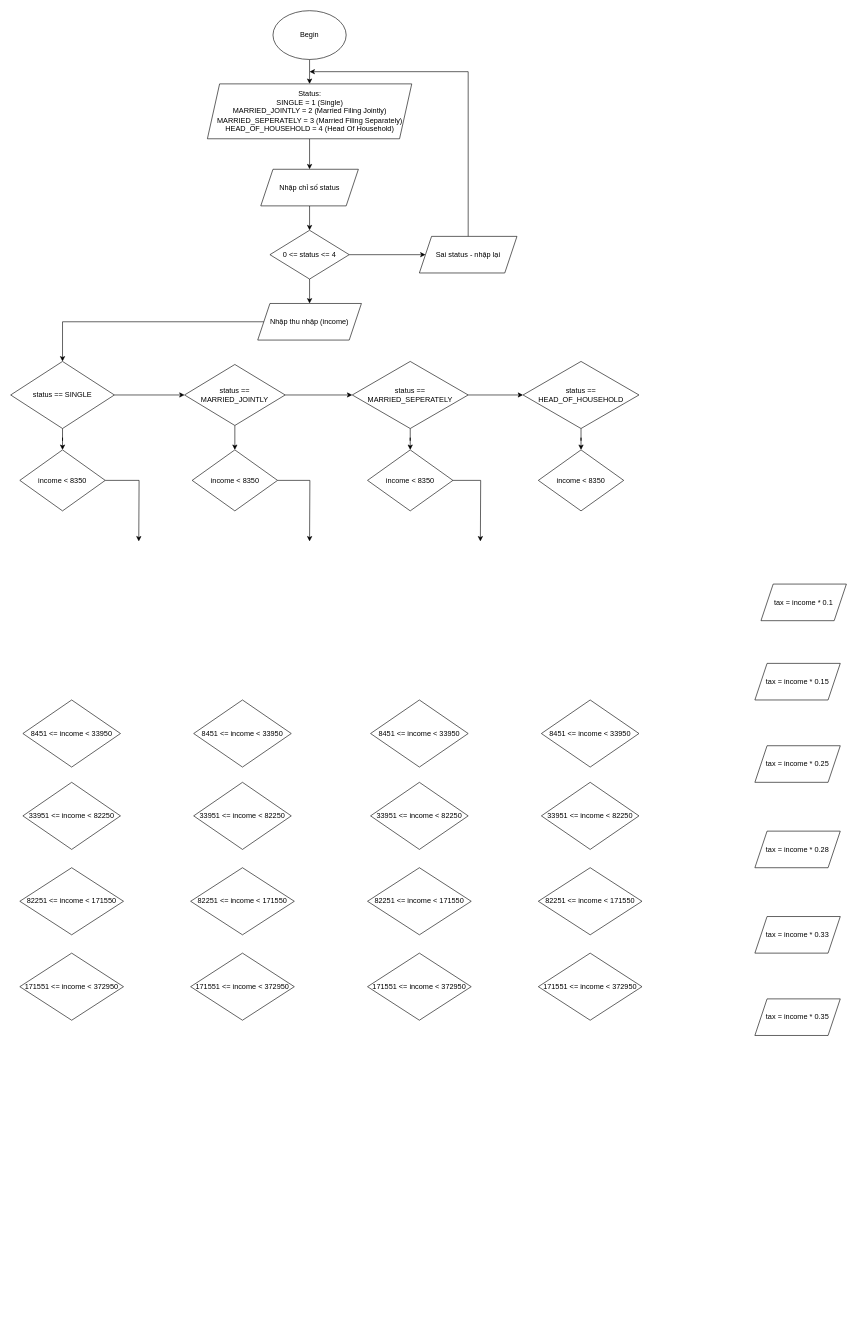
This is ComputeTax.drawio from lcnguyn23/demo, a draw.io file, before an edit. Source tidied: cells renumbered, new cells numbered last; positions are measured from the earlier drawing's top-left corner, leaving out a move shared by most shapes. Both pictures are drawn from the tidied source at 61%, with x=0, y=0 at pixel (10, 10).
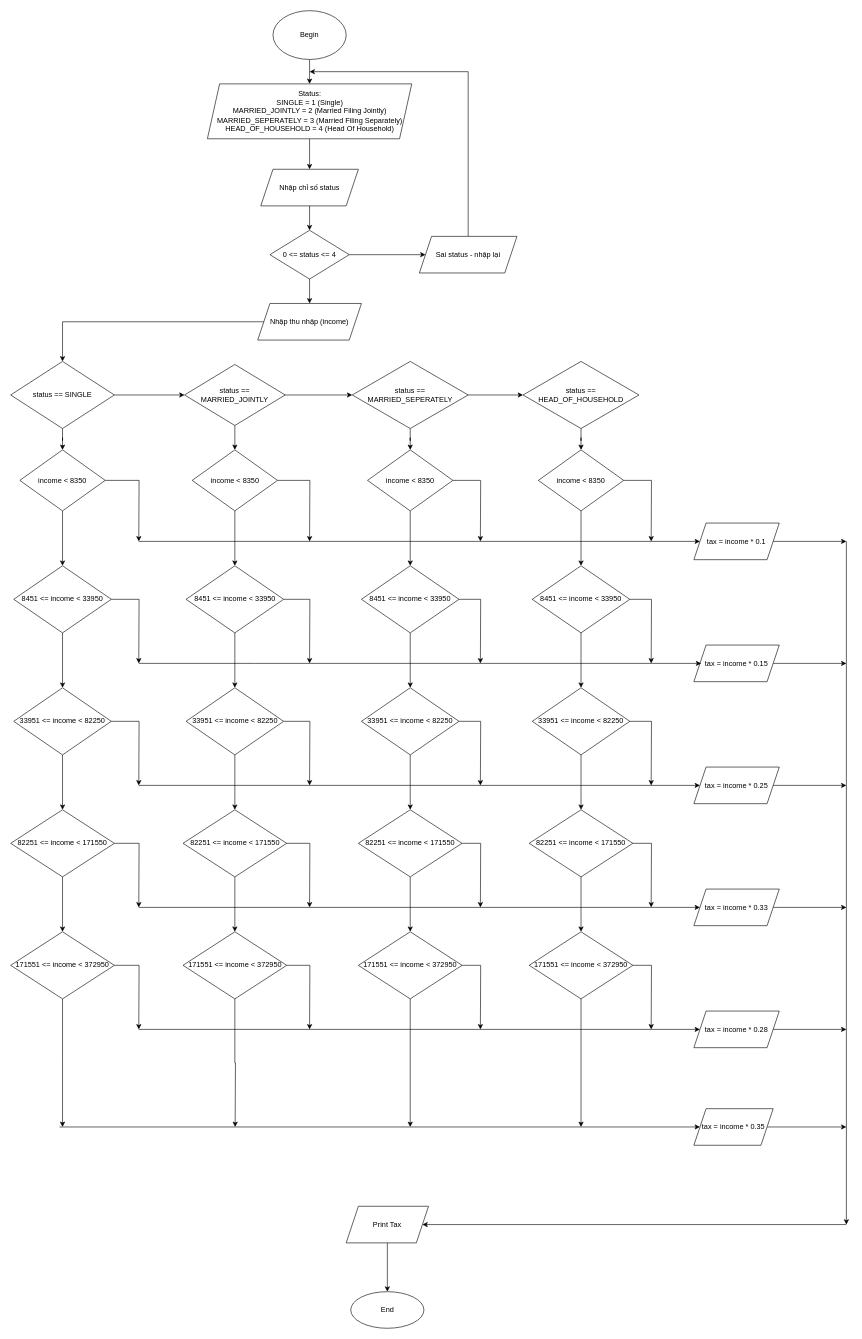
The same diagram, later.

The change refers to these unchanged cells:
```xml
<mxCell id="19" value="income &amp;lt; 8350" style="rhombus;whiteSpace=wrap;html=1;" parent="1" vertex="1">
  <mxGeometry x="15" y="720" width="140" height="100" as="geometry" />
</mxCell>
<mxCell id="34" value="income &amp;lt; 8350" style="rhombus;whiteSpace=wrap;html=1;" parent="1" vertex="1">
  <mxGeometry x="585" y="720" width="140" height="100" as="geometry" />
</mxCell>
<mxCell id="41" value="income &amp;lt; 8350" style="rhombus;whiteSpace=wrap;html=1;" parent="1" vertex="1">
  <mxGeometry x="865" y="720" width="140" height="100" as="geometry" />
</mxCell>
<mxCell id="50" value="income &amp;lt; 8350" style="rhombus;whiteSpace=wrap;html=1;" parent="1" vertex="1">
  <mxGeometry x="297.5" y="720" width="140" height="100" as="geometry" />
</mxCell>
```

The edit, as a diff of the source:
```diff
@@
+    <mxCell id="55" style="edgeStyle=orthogonalEdgeStyle;rounded=0;jettySize=auto;html=1;entryX=0.5;entryY=0;entryDx=0;entryDy=0;" parent="1" edge="1" source="19" target="21">
+      <mxGeometry relative="1" as="geometry" />
+    </mxCell>
@@
+    <mxCell id="56" style="edgeStyle=orthogonalEdgeStyle;rounded=0;jettySize=auto;html=1;" parent="1" edge="1" source="20">
+      <mxGeometry relative="1" as="geometry">
+        <mxPoint x="1370" y="870" as="targetPoint" />
+      </mxGeometry>
+    </mxCell>
     <mxCell id="20" value="tax = income * 0.1" style="shape=parallelogram;perimeter=parallelogramPerimeter;whiteSpace=wrap;html=1;fixedSize=1;" parent="1" vertex="1">
-      <mxGeometry x="1230" y="940" width="140" height="60" as="geometry" />
+      <mxGeometry x="1120" y="840" width="140" height="60" as="geometry" />
     </mxCell>
+    <mxCell id="57" style="edgeStyle=orthogonalEdgeStyle;rounded=0;jettySize=auto;html=1;" parent="1" edge="1" source="21">
+      <mxGeometry relative="1" as="geometry">
+        <mxPoint x="210" y="1070" as="targetPoint" />
+      </mxGeometry>
+    </mxCell>
+    <mxCell id="58" style="edgeStyle=orthogonalEdgeStyle;rounded=0;jettySize=auto;html=1;" parent="1" edge="1" source="21" target="23">
+      <mxGeometry relative="1" as="geometry" />
+    </mxCell>
     <mxCell id="21" value="8451 &amp;lt;= income &amp;lt; 33950" style="rhombus;whiteSpace=wrap;html=1;" parent="1" vertex="1">
-      <mxGeometry x="20" y="1130" width="160" height="110" as="geometry" />
+      <mxGeometry x="5" y="910" width="160" height="110" as="geometry" />
     </mxCell>
+    <mxCell id="59" style="edgeStyle=orthogonalEdgeStyle;rounded=0;jettySize=auto;html=1;" parent="1" edge="1" source="22">
+      <mxGeometry relative="1" as="geometry">
+        <mxPoint x="1370" y="1070" as="targetPoint" />
+      </mxGeometry>
+    </mxCell>
     <mxCell id="22" value="tax = income * 0.15" style="shape=parallelogram;perimeter=parallelogramPerimeter;whiteSpace=wrap;html=1;fixedSize=1;" parent="1" vertex="1">
-      <mxGeometry x="1220" y="1070" width="140" height="60" as="geometry" />
+      <mxGeometry x="1120" y="1040" width="140" height="60" as="geometry" />
     </mxCell>
+    <mxCell id="60" style="edgeStyle=orthogonalEdgeStyle;rounded=0;jettySize=auto;html=1;" parent="1" edge="1" source="23">
+      <mxGeometry relative="1" as="geometry">
+        <mxPoint x="210" y="1270" as="targetPoint" />
+      </mxGeometry>
+    </mxCell>
+    <mxCell id="61" style="edgeStyle=orthogonalEdgeStyle;rounded=0;jettySize=auto;html=1;entryX=0.5;entryY=0;entryDx=0;entryDy=0;" parent="1" edge="1" source="23" target="25">
+      <mxGeometry relative="1" as="geometry" />
+    </mxCell>
     <mxCell id="23" value="33951 &amp;lt;= income &amp;lt; 82250" style="rhombus;whiteSpace=wrap;html=1;" parent="1" vertex="1">
-      <mxGeometry x="20" y="1265" width="160" height="110" as="geometry" />
+      <mxGeometry x="5" y="1110" width="160" height="110" as="geometry" />
     </mxCell>
+    <mxCell id="62" style="edgeStyle=orthogonalEdgeStyle;rounded=0;jettySize=auto;html=1;" parent="1" edge="1" source="24">
+      <mxGeometry relative="1" as="geometry">
+        <mxPoint x="1370" y="1270" as="targetPoint" />
+      </mxGeometry>
+    </mxCell>
     <mxCell id="24" value="tax = income * 0.25" style="shape=parallelogram;perimeter=parallelogramPerimeter;whiteSpace=wrap;html=1;fixedSize=1;" parent="1" vertex="1">
-      <mxGeometry x="1220" y="1205" width="140" height="60" as="geometry" />
+      <mxGeometry x="1120" y="1240" width="140" height="60" as="geometry" />
     </mxCell>
+    <mxCell id="63" style="edgeStyle=orthogonalEdgeStyle;rounded=0;jettySize=auto;html=1;" parent="1" edge="1" source="25">
+      <mxGeometry relative="1" as="geometry">
+        <mxPoint x="210" y="1470" as="targetPoint" />
+      </mxGeometry>
+    </mxCell>
+    <mxCell id="64" style="edgeStyle=orthogonalEdgeStyle;rounded=0;jettySize=auto;html=1;entryX=0.5;entryY=0;entryDx=0;entryDy=0;" parent="1" edge="1" source="25" target="27">
+      <mxGeometry relative="1" as="geometry" />
+    </mxCell>
     <mxCell id="25" value="82251 &amp;lt;= income &amp;lt; 171550" style="rhombus;whiteSpace=wrap;html=1;" parent="1" vertex="1">
-      <mxGeometry x="15" y="1405" width="170" height="110" as="geometry" />
+      <mxGeometry y="1310" width="170" height="110" as="geometry" />
     </mxCell>
+    <mxCell id="65" style="edgeStyle=orthogonalEdgeStyle;rounded=0;jettySize=auto;html=1;" parent="1" edge="1" source="26">
+      <mxGeometry relative="1" as="geometry">
+        <mxPoint x="1370" y="1670" as="targetPoint" />
+      </mxGeometry>
+    </mxCell>
     <mxCell id="26" value="tax = income * 0.28" style="shape=parallelogram;perimeter=parallelogramPerimeter;whiteSpace=wrap;html=1;fixedSize=1;" parent="1" vertex="1">
-      <mxGeometry x="1220" y="1345" width="140" height="60" as="geometry" />
+      <mxGeometry x="1120" y="1640" width="140" height="60" as="geometry" />
     </mxCell>
+    <mxCell id="66" style="edgeStyle=orthogonalEdgeStyle;rounded=0;jettySize=auto;html=1;" parent="1" edge="1" source="27">
+      <mxGeometry relative="1" as="geometry">
+        <mxPoint x="210" y="1670" as="targetPoint" />
+      </mxGeometry>
+    </mxCell>
+    <mxCell id="67" style="edgeStyle=orthogonalEdgeStyle;rounded=0;jettySize=auto;html=1;" parent="1" edge="1" source="27">
+      <mxGeometry relative="1" as="geometry">
+        <mxPoint x="85" y="1830" as="targetPoint" />
+      </mxGeometry>
+    </mxCell>
     <mxCell id="27" value="171551 &amp;lt;= income &amp;lt; 372950" style="rhombus;whiteSpace=wrap;html=1;" parent="1" vertex="1">
-      <mxGeometry x="15" y="1545" width="170" height="110" as="geometry" />
+      <mxGeometry y="1510" width="170" height="110" as="geometry" />
     </mxCell>
+    <mxCell id="68" style="edgeStyle=orthogonalEdgeStyle;rounded=0;jettySize=auto;html=1;" parent="1" edge="1" source="28">
+      <mxGeometry relative="1" as="geometry">
+        <mxPoint x="1370" y="1470" as="targetPoint" />
+      </mxGeometry>
+    </mxCell>
     <mxCell id="28" value="tax = income * 0.33" style="shape=parallelogram;perimeter=parallelogramPerimeter;whiteSpace=wrap;html=1;fixedSize=1;" parent="1" vertex="1">
-      <mxGeometry x="1220" y="1485" width="140" height="60" as="geometry" />
+      <mxGeometry x="1120" y="1440" width="140" height="60" as="geometry" />
     </mxCell>
+    <mxCell id="69" style="edgeStyle=orthogonalEdgeStyle;rounded=0;jettySize=auto;html=1;" parent="1" edge="1" source="29">
+      <mxGeometry relative="1" as="geometry">
+        <mxPoint x="1370" y="1830" as="targetPoint" />
+      </mxGeometry>
+    </mxCell>
     <mxCell id="29" value="tax = income * 0.35" style="shape=parallelogram;perimeter=parallelogramPerimeter;whiteSpace=wrap;html=1;fixedSize=1;" parent="1" vertex="1">
-      <mxGeometry x="1220" y="1620" width="140" height="60" as="geometry" />
+      <mxGeometry x="1120" y="1800" width="130" height="60" as="geometry" />
     </mxCell>
@@
+    <mxCell id="70" style="edgeStyle=orthogonalEdgeStyle;rounded=0;jettySize=auto;html=1;entryX=0.5;entryY=0;entryDx=0;entryDy=0;" parent="1" edge="1" source="34" target="35">
+      <mxGeometry relative="1" as="geometry" />
+    </mxCell>
@@
+    <mxCell id="71" style="edgeStyle=orthogonalEdgeStyle;rounded=0;jettySize=auto;html=1;" parent="1" edge="1" source="35">
+      <mxGeometry relative="1" as="geometry">
+        <mxPoint x="770" y="1070" as="targetPoint" />
+      </mxGeometry>
+    </mxCell>
+    <mxCell id="72" style="edgeStyle=orthogonalEdgeStyle;rounded=0;jettySize=auto;html=1;entryX=0.5;entryY=0;entryDx=0;entryDy=0;" parent="1" edge="1" source="35" target="36">
+      <mxGeometry relative="1" as="geometry" />
+    </mxCell>
     <mxCell id="35" value="8451 &amp;lt;= income &amp;lt; 33950" style="rhombus;whiteSpace=wrap;html=1;" parent="1" vertex="1">
-      <mxGeometry x="590" y="1130" width="160" height="110" as="geometry" />
+      <mxGeometry x="575" y="910" width="160" height="110" as="geometry" />
     </mxCell>
+    <mxCell id="73" style="edgeStyle=orthogonalEdgeStyle;rounded=0;jettySize=auto;html=1;" parent="1" edge="1" source="36">
+      <mxGeometry relative="1" as="geometry">
+        <mxPoint x="770" y="1270" as="targetPoint" />
+      </mxGeometry>
+    </mxCell>
+    <mxCell id="74" style="edgeStyle=orthogonalEdgeStyle;rounded=0;jettySize=auto;html=1;entryX=0.5;entryY=0;entryDx=0;entryDy=0;" parent="1" edge="1" source="36" target="37">
+      <mxGeometry relative="1" as="geometry" />
+    </mxCell>
     <mxCell id="36" value="33951 &amp;lt;= income &amp;lt; 82250" style="rhombus;whiteSpace=wrap;html=1;" parent="1" vertex="1">
-      <mxGeometry x="590" y="1265" width="160" height="110" as="geometry" />
+      <mxGeometry x="575" y="1110" width="160" height="110" as="geometry" />
     </mxCell>
+    <mxCell id="75" style="edgeStyle=orthogonalEdgeStyle;rounded=0;jettySize=auto;html=1;" parent="1" edge="1" source="37">
+      <mxGeometry relative="1" as="geometry">
+        <mxPoint x="770" y="1470" as="targetPoint" />
+      </mxGeometry>
+    </mxCell>
+    <mxCell id="76" style="edgeStyle=orthogonalEdgeStyle;rounded=0;jettySize=auto;html=1;" parent="1" edge="1" source="37" target="38">
+      <mxGeometry relative="1" as="geometry" />
+    </mxCell>
     <mxCell id="37" value="82251 &amp;lt;= income &amp;lt; 171550" style="rhombus;whiteSpace=wrap;html=1;" parent="1" vertex="1">
-      <mxGeometry x="585" y="1405" width="170" height="110" as="geometry" />
+      <mxGeometry x="570" y="1310" width="170" height="110" as="geometry" />
     </mxCell>
+    <mxCell id="77" style="edgeStyle=orthogonalEdgeStyle;rounded=0;jettySize=auto;html=1;" parent="1" edge="1" source="38">
+      <mxGeometry relative="1" as="geometry">
+        <mxPoint x="770" y="1670" as="targetPoint" />
+      </mxGeometry>
+    </mxCell>
+    <mxCell id="78" style="edgeStyle=orthogonalEdgeStyle;rounded=0;jettySize=auto;html=1;" parent="1" edge="1" source="38">
+      <mxGeometry relative="1" as="geometry">
+        <mxPoint x="655" y="1830" as="targetPoint" />
+      </mxGeometry>
+    </mxCell>
     <mxCell id="38" value="171551 &amp;lt;= income &amp;lt; 372950" style="rhombus;whiteSpace=wrap;html=1;" parent="1" vertex="1">
-      <mxGeometry x="585" y="1545" width="170" height="110" as="geometry" />
+      <mxGeometry x="570" y="1510" width="170" height="110" as="geometry" />
     </mxCell>
@@
+    <mxCell id="79" style="edgeStyle=orthogonalEdgeStyle;rounded=0;jettySize=auto;html=1;" parent="1" edge="1" source="41">
+      <mxGeometry relative="1" as="geometry">
+        <mxPoint x="1050" y="870" as="targetPoint" />
+      </mxGeometry>
+    </mxCell>
+    <mxCell id="80" style="edgeStyle=orthogonalEdgeStyle;rounded=0;jettySize=auto;html=1;entryX=0.5;entryY=0;entryDx=0;entryDy=0;" parent="1" edge="1" source="41" target="42">
+      <mxGeometry relative="1" as="geometry" />
+    </mxCell>
@@
+    <mxCell id="81" style="edgeStyle=orthogonalEdgeStyle;rounded=0;jettySize=auto;html=1;" parent="1" edge="1" source="42">
+      <mxGeometry relative="1" as="geometry">
+        <mxPoint x="1050" y="1070" as="targetPoint" />
+      </mxGeometry>
+    </mxCell>
+    <mxCell id="82" style="edgeStyle=orthogonalEdgeStyle;rounded=0;jettySize=auto;html=1;entryX=0.5;entryY=0;entryDx=0;entryDy=0;" parent="1" edge="1" source="42" target="43">
+      <mxGeometry relative="1" as="geometry" />
+    </mxCell>
     <mxCell id="42" value="8451 &amp;lt;= income &amp;lt; 33950" style="rhombus;whiteSpace=wrap;html=1;" parent="1" vertex="1">
-      <mxGeometry x="870" y="1130" width="160" height="110" as="geometry" />
+      <mxGeometry x="855" y="910" width="160" height="110" as="geometry" />
     </mxCell>
+    <mxCell id="83" style="edgeStyle=orthogonalEdgeStyle;rounded=0;jettySize=auto;html=1;" parent="1" edge="1" source="43">
+      <mxGeometry relative="1" as="geometry">
+        <mxPoint x="1050" y="1270" as="targetPoint" />
+      </mxGeometry>
+    </mxCell>
+    <mxCell id="84" style="edgeStyle=orthogonalEdgeStyle;rounded=0;jettySize=auto;html=1;entryX=0.5;entryY=0;entryDx=0;entryDy=0;" parent="1" edge="1" source="43" target="44">
+      <mxGeometry relative="1" as="geometry" />
+    </mxCell>
     <mxCell id="43" value="33951 &amp;lt;= income &amp;lt; 82250" style="rhombus;whiteSpace=wrap;html=1;" parent="1" vertex="1">
-      <mxGeometry x="870" y="1265" width="160" height="110" as="geometry" />
+      <mxGeometry x="855" y="1110" width="160" height="110" as="geometry" />
     </mxCell>
+    <mxCell id="85" style="edgeStyle=orthogonalEdgeStyle;rounded=0;jettySize=auto;html=1;" parent="1" edge="1" source="44">
+      <mxGeometry relative="1" as="geometry">
+        <mxPoint x="1050" y="1470" as="targetPoint" />
+      </mxGeometry>
+    </mxCell>
+    <mxCell id="86" style="edgeStyle=orthogonalEdgeStyle;rounded=0;jettySize=auto;html=1;entryX=0.5;entryY=0;entryDx=0;entryDy=0;" parent="1" edge="1" source="44" target="45">
+      <mxGeometry relative="1" as="geometry" />
+    </mxCell>
     <mxCell id="44" value="82251 &amp;lt;= income &amp;lt; 171550" style="rhombus;whiteSpace=wrap;html=1;" parent="1" vertex="1">
-      <mxGeometry x="865" y="1405" width="170" height="110" as="geometry" />
+      <mxGeometry x="850" y="1310" width="170" height="110" as="geometry" />
     </mxCell>
+    <mxCell id="87" style="edgeStyle=orthogonalEdgeStyle;rounded=0;jettySize=auto;html=1;" parent="1" edge="1" source="45">
+      <mxGeometry relative="1" as="geometry">
+        <mxPoint x="1050" y="1670" as="targetPoint" />
+      </mxGeometry>
+    </mxCell>
+    <mxCell id="88" style="edgeStyle=orthogonalEdgeStyle;rounded=0;jettySize=auto;html=1;" parent="1" edge="1" source="45">
+      <mxGeometry relative="1" as="geometry">
+        <mxPoint x="935" y="1830" as="targetPoint" />
+      </mxGeometry>
+    </mxCell>
     <mxCell id="45" value="171551 &amp;lt;= income &amp;lt; 372950" style="rhombus;whiteSpace=wrap;html=1;" parent="1" vertex="1">
-      <mxGeometry x="865" y="1545" width="170" height="110" as="geometry" />
+      <mxGeometry x="850" y="1510" width="170" height="110" as="geometry" />
     </mxCell>
@@
+    <mxCell id="89" style="edgeStyle=orthogonalEdgeStyle;rounded=0;jettySize=auto;html=1;entryX=0.5;entryY=0;entryDx=0;entryDy=0;" parent="1" edge="1" source="50" target="51">
+      <mxGeometry relative="1" as="geometry" />
+    </mxCell>
@@
+    <mxCell id="90" style="edgeStyle=orthogonalEdgeStyle;rounded=0;jettySize=auto;html=1;" parent="1" edge="1" source="51">
+      <mxGeometry relative="1" as="geometry">
+        <mxPoint x="490" y="1070" as="targetPoint" />
+      </mxGeometry>
+    </mxCell>
+    <mxCell id="91" style="edgeStyle=orthogonalEdgeStyle;rounded=0;jettySize=auto;html=1;" parent="1" edge="1" source="51" target="52">
+      <mxGeometry relative="1" as="geometry" />
+    </mxCell>
     <mxCell id="51" value="8451 &amp;lt;= income &amp;lt; 33950" style="rhombus;whiteSpace=wrap;html=1;" parent="1" vertex="1">
-      <mxGeometry x="300" y="1130" width="160" height="110" as="geometry" />
+      <mxGeometry x="287.5" y="910" width="160" height="110" as="geometry" />
     </mxCell>
+    <mxCell id="92" style="edgeStyle=orthogonalEdgeStyle;rounded=0;jettySize=auto;html=1;" parent="1" edge="1" source="52">
+      <mxGeometry relative="1" as="geometry">
+        <mxPoint x="490" y="1270" as="targetPoint" />
+      </mxGeometry>
+    </mxCell>
+    <mxCell id="93" style="edgeStyle=orthogonalEdgeStyle;rounded=0;jettySize=auto;html=1;entryX=0.5;entryY=0;entryDx=0;entryDy=0;" parent="1" edge="1" source="52" target="53">
+      <mxGeometry relative="1" as="geometry" />
+    </mxCell>
     <mxCell id="52" value="33951 &amp;lt;= income &amp;lt; 82250" style="rhombus;whiteSpace=wrap;html=1;" parent="1" vertex="1">
-      <mxGeometry x="300" y="1265" width="160" height="110" as="geometry" />
+      <mxGeometry x="287.5" y="1110" width="160" height="110" as="geometry" />
     </mxCell>
+    <mxCell id="94" style="edgeStyle=orthogonalEdgeStyle;rounded=0;jettySize=auto;html=1;" parent="1" edge="1" source="53">
+      <mxGeometry relative="1" as="geometry">
+        <mxPoint x="490" y="1470" as="targetPoint" />
+      </mxGeometry>
+    </mxCell>
+    <mxCell id="95" style="edgeStyle=orthogonalEdgeStyle;rounded=0;jettySize=auto;html=1;entryX=0.5;entryY=0;entryDx=0;entryDy=0;" parent="1" edge="1" source="53" target="54">
+      <mxGeometry relative="1" as="geometry" />
+    </mxCell>
     <mxCell id="53" value="82251 &amp;lt;= income &amp;lt; 171550" style="rhombus;whiteSpace=wrap;html=1;" parent="1" vertex="1">
-      <mxGeometry x="295" y="1405" width="170" height="110" as="geometry" />
+      <mxGeometry x="282.5" y="1310" width="170" height="110" as="geometry" />
     </mxCell>
+    <mxCell id="96" style="edgeStyle=orthogonalEdgeStyle;rounded=0;jettySize=auto;html=1;" parent="1" edge="1" source="54">
+      <mxGeometry relative="1" as="geometry">
+        <mxPoint x="490" y="1670" as="targetPoint" />
+      </mxGeometry>
+    </mxCell>
+    <mxCell id="97" style="edgeStyle=orthogonalEdgeStyle;rounded=0;jettySize=auto;html=1;" parent="1" edge="1" source="54">
+      <mxGeometry relative="1" as="geometry">
+        <mxPoint x="368" y="1830" as="targetPoint" />
+      </mxGeometry>
+    </mxCell>
     <mxCell id="54" value="171551 &amp;lt;= income &amp;lt; 372950" style="rhombus;whiteSpace=wrap;html=1;" parent="1" vertex="1">
-      <mxGeometry x="295" y="1545" width="170" height="110" as="geometry" />
+      <mxGeometry x="282.5" y="1510" width="170" height="110" as="geometry" />
     </mxCell>
+    <mxCell id="98" style="endArrow=classic;html=1;" parent="1" edge="1">
+      <mxGeometry relative="1" as="geometry">
+        <mxPoint x="210" y="870" as="sourcePoint" />
+        <mxPoint x="1130" y="870" as="targetPoint" />
+      </mxGeometry>
+    </mxCell>
+    <mxCell id="99" style="endArrow=classic;html=1;" parent="1" edge="1">
+      <mxGeometry relative="1" as="geometry">
+        <mxPoint x="210" y="1070" as="sourcePoint" />
+        <mxPoint x="1132" y="1070" as="targetPoint" />
+        <Array as="points">
+          <mxPoint x="410" y="1070" />
+        </Array>
+      </mxGeometry>
+    </mxCell>
+    <mxCell id="100" style="endArrow=classic;html=1;" parent="1" edge="1">
+      <mxGeometry relative="1" as="geometry">
+        <mxPoint x="210" y="1270" as="sourcePoint" />
+        <mxPoint x="1130" y="1270" as="targetPoint" />
+      </mxGeometry>
+    </mxCell>
+    <mxCell id="101" style="endArrow=classic;html=1;" parent="1" edge="1">
+      <mxGeometry relative="1" as="geometry">
+        <mxPoint x="210" y="1470" as="sourcePoint" />
+        <mxPoint x="1130" y="1470" as="targetPoint" />
+      </mxGeometry>
+    </mxCell>
+    <mxCell id="102" style="endArrow=classic;html=1;" parent="1" edge="1">
+      <mxGeometry relative="1" as="geometry">
+        <mxPoint x="210" y="1670" as="sourcePoint" />
+        <mxPoint x="1130" y="1670" as="targetPoint" />
+      </mxGeometry>
+    </mxCell>
+    <mxCell id="103" style="endArrow=classic;html=1;entryX=0;entryY=0.5;entryDx=0;entryDy=0;" parent="1" edge="1" target="29">
+      <mxGeometry relative="1" as="geometry">
+        <mxPoint x="80" y="1830" as="sourcePoint" />
+      </mxGeometry>
+    </mxCell>
+    <mxCell id="104" style="endArrow=classic;html=1;" parent="1" edge="1">
+      <mxGeometry relative="1" as="geometry">
+        <mxPoint x="1370" y="870" as="sourcePoint" />
+        <mxPoint x="1370" y="1990" as="targetPoint" />
+      </mxGeometry>
+    </mxCell>
+    <mxCell id="105" style="endArrow=classic;html=1;entryX=1;entryY=0.5;entryDx=0;entryDy=0;" parent="1" edge="1" target="107">
+      <mxGeometry relative="1" as="geometry">
+        <mxPoint x="1370" y="1990" as="sourcePoint" />
+      </mxGeometry>
+    </mxCell>
+    <mxCell id="106" style="edgeStyle=orthogonalEdgeStyle;rounded=0;jettySize=auto;html=1;" parent="1" edge="1" source="107" target="108">
+      <mxGeometry relative="1" as="geometry" />
+    </mxCell>
+    <mxCell id="107" value="Print Tax" style="shape=parallelogram;perimeter=parallelogramPerimeter;whiteSpace=wrap;html=1;fixedSize=1;" parent="1" vertex="1">
+      <mxGeometry x="550" y="1960" width="135" height="60" as="geometry" />
+    </mxCell>
+    <mxCell id="108" value="End" style="ellipse;whiteSpace=wrap;html=1;" parent="1" vertex="1">
+      <mxGeometry x="557.5" y="2100" width="120" height="60" as="geometry" />
+    </mxCell>
```
